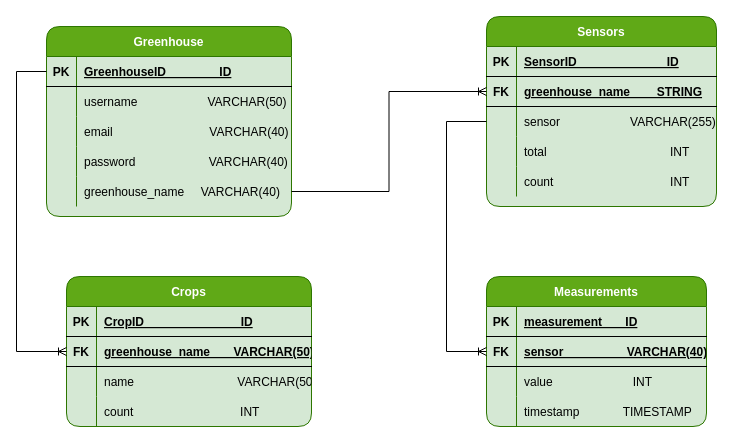
The draw.io diagram ER Diagram(IoT).drawio in Cybernadero/ER, before the edit. Source tidied: cells renumbered, new cells numbered last; positions are measured from the earlier drawing's top-left corner, leaving out a move shared by most shapes. Both pictures are drawn from the tidied source at 100%, with x=0, y=0 at pixel (16, 16).
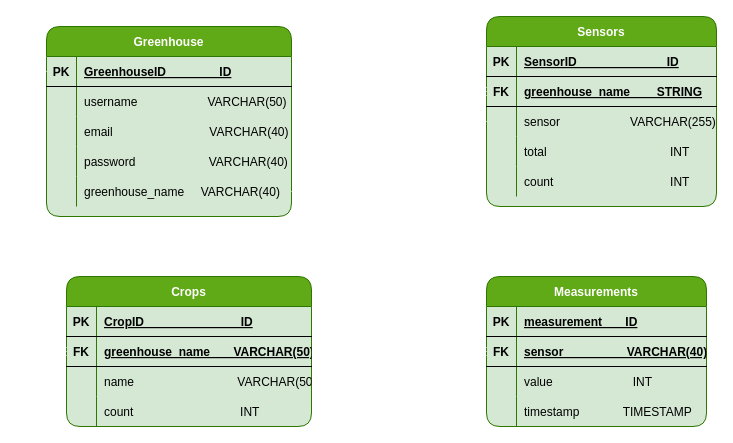
After the change.

The change refers to these unchanged cells:
```xml
<mxCell id="3" style="shape=partialRectangle;fillColor=none;top=0;left=0;bottom=1;right=0;points=[[0,0.5],[1,0.5]];portConstraint=eastwest;rounded=1;" parent="2" vertex="1">
  <mxGeometry y="30" width="245" height="30" as="geometry" />
</mxCell>
<mxCell id="15" style="shape=partialRectangle;fillColor=none;top=0;left=0;bottom=0;right=0;points=[[0,0.5],[1,0.5]];portConstraint=eastwest;rounded=1;" parent="2" vertex="1">
  <mxGeometry y="150" width="245" height="30" as="geometry" />
</mxCell>
<mxCell id="22" style="shape=partialRectangle;fillColor=none;top=0;left=0;bottom=1;right=0;points=[[0,0.5],[1,0.5]];portConstraint=eastwest;" parent="18" vertex="1">
  <mxGeometry y="60" width="245" height="30" as="geometry" />
</mxCell>
<mxCell id="36" style="shape=partialRectangle;fillColor=none;top=0;left=0;bottom=1;right=0;points=[[0,0.5],[1,0.5]];portConstraint=eastwest;" parent="32" vertex="1">
  <mxGeometry y="60" width="230" height="30" as="geometry" />
</mxCell>
<mxCell id="39" style="shape=partialRectangle;fillColor=none;top=0;left=0;bottom=0;right=0;points=[[0,0.5],[1,0.5]];portConstraint=eastwest;" parent="32" vertex="1">
  <mxGeometry y="90" width="230" height="30" as="geometry" />
</mxCell>
<mxCell id="52" style="shape=partialRectangle;fillColor=none;top=0;left=0;bottom=1;right=0;points=[[0,0.5],[1,0.5]];portConstraint=eastwest;" parent="48" vertex="1">
  <mxGeometry y="60" width="220" height="30" as="geometry" />
</mxCell>
```

Change to the diagram source:
```diff
@@
-    <mxCell id="31" style="edgeStyle=orthogonalEdgeStyle;rounded=0;jettySize=auto;html=1;exitX=0;exitY=0.5;exitDx=0;exitDy=0;entryX=0;entryY=0.5;entryDx=0;entryDy=0;endArrow=ERoneToMany;endFill=0;" parent="1" edge="1" source="3" target="22">
+    <mxCell id="31" style="edgeStyle=orthogonalEdgeStyle;rounded=0;jettySize=auto;html=1;exitX=0;exitY=0.5;exitDx=0;exitDy=0;entryX=0;entryY=0.5;entryDx=0;entryDy=0;endArrow=ERoneToMany;endFill=0;strokeColor=#FFFFFF;" parent="1" edge="1" source="3" target="22">
       <mxGeometry relative="1" as="geometry">
         <Array as="points">
           <mxPoint y="55" />
           <mxPoint y="335" />
         </Array>
       </mxGeometry>
     </mxCell>
@@
-    <mxCell id="61" style="edgeStyle=orthogonalEdgeStyle;rounded=0;jettySize=auto;html=1;entryX=0;entryY=0.5;entryDx=0;entryDy=0;endArrow=ERoneToMany;endFill=0;" parent="1" edge="1" source="15" target="36">
+    <mxCell id="61" style="edgeStyle=orthogonalEdgeStyle;rounded=0;jettySize=auto;html=1;entryX=0;entryY=0.5;entryDx=0;entryDy=0;endArrow=ERoneToMany;endFill=0;strokeColor=#FFFFFF;" parent="1" edge="1" source="15" target="36">
       <mxGeometry relative="1" as="geometry" />
     </mxCell>
-    <mxCell id="62" style="edgeStyle=orthogonalEdgeStyle;rounded=0;jettySize=auto;html=1;entryX=0;entryY=0.5;entryDx=0;entryDy=0;endArrow=ERoneToMany;endFill=0;" parent="1" edge="1" source="39" target="52">
+    <mxCell id="62" style="edgeStyle=orthogonalEdgeStyle;rounded=0;jettySize=auto;html=1;entryX=0;entryY=0.5;entryDx=0;entryDy=0;endArrow=ERoneToMany;endFill=0;strokeColor=#FFFFFF;" parent="1" edge="1" source="39" target="52">
       <mxGeometry relative="1" as="geometry">
         <Array as="points">
           <mxPoint x="430" y="105" />
           <mxPoint x="430" y="335" />
         </Array>
       </mxGeometry>
     </mxCell>
```
